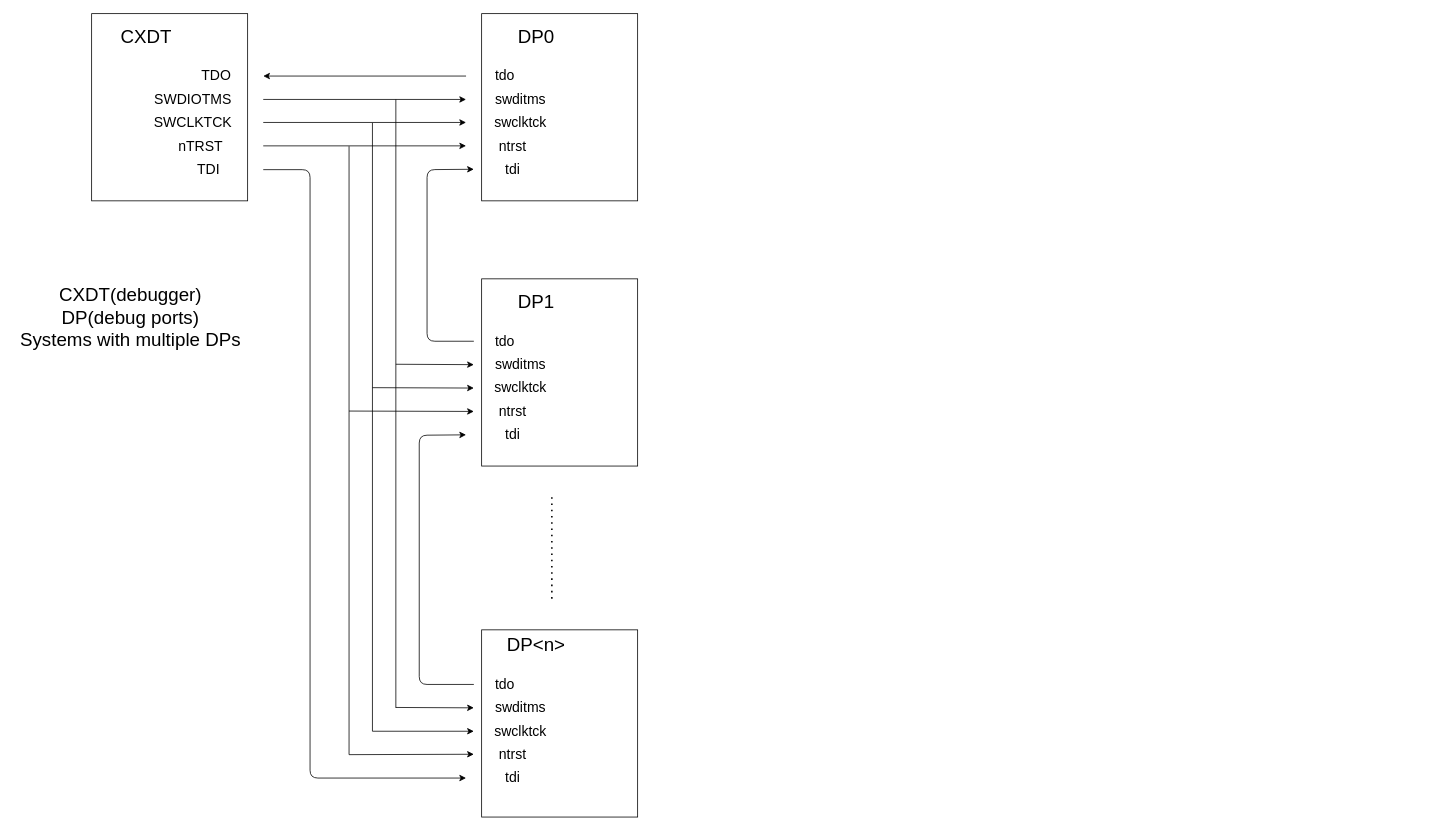
This is page "Debug port(JTAG)" (3 of 5) of Untitled Diagram.drawio from ASIC-Design/test, a draw.io file, before an edit. Source tidied: cells renumbered, new cells numbered last; positions are measured from the earlier drawing's top-left corner, leaving out a move shared by most shapes. Both pictures are drawn from the tidied source at 78%, with x=0, y=0 at pixel (13, 13).
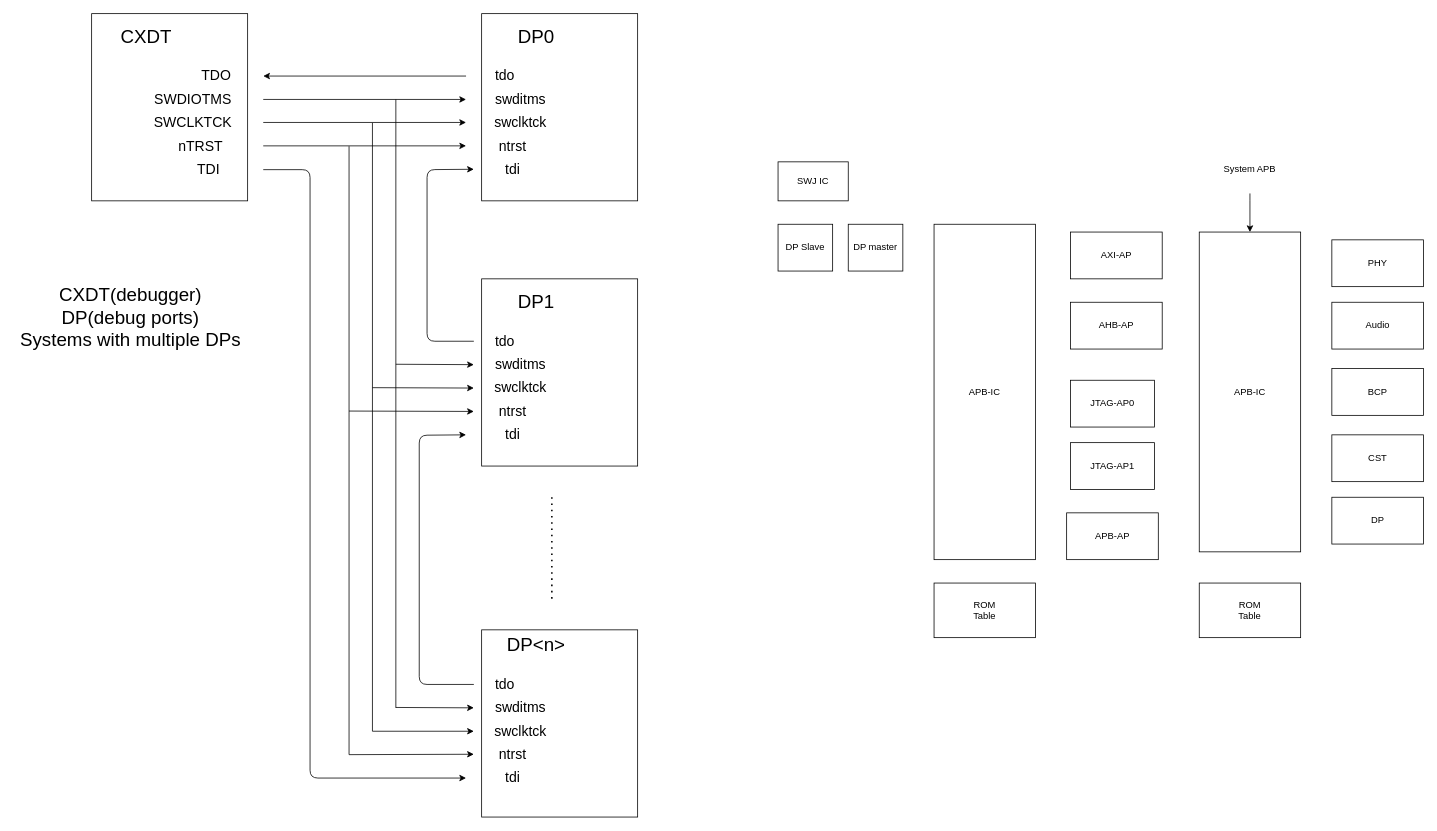
After the change.

The edit, as a diff of the source:
```diff
@@
+    <mxCell id="48" value="DP Slave" style="rounded=0;whiteSpace=wrap;html=1;" parent="1" vertex="1">
+      <mxGeometry x="980" y="270" width="70" height="60" as="geometry" />
+    </mxCell>
+    <mxCell id="49" value="JTAG-AP0" style="rounded=0;whiteSpace=wrap;html=1;" parent="1" vertex="1">
+      <mxGeometry x="1355" y="470" width="107.5" height="60" as="geometry" />
+    </mxCell>
+    <mxCell id="50" value="AHB-AP" style="rounded=0;whiteSpace=wrap;html=1;" parent="1" vertex="1">
+      <mxGeometry x="1355" y="370" width="117.5" height="60" as="geometry" />
+    </mxCell>
+    <mxCell id="51" value="DP master" style="rounded=0;whiteSpace=wrap;html=1;" parent="1" vertex="1">
+      <mxGeometry x="1070" y="270" width="70" height="60" as="geometry" />
+    </mxCell>
+    <mxCell id="52" value="APB-IC" style="rounded=0;whiteSpace=wrap;html=1;" parent="1" vertex="1">
+      <mxGeometry x="1180" y="270" width="130" height="430" as="geometry" />
+    </mxCell>
+    <mxCell id="53" value="JTAG-AP1" style="rounded=0;whiteSpace=wrap;html=1;" parent="1" vertex="1">
+      <mxGeometry x="1355" y="550" width="107.5" height="60" as="geometry" />
+    </mxCell>
+    <mxCell id="54" value="CST" style="rounded=0;whiteSpace=wrap;html=1;" parent="1" vertex="1">
+      <mxGeometry x="1690" y="540" width="117.5" height="60" as="geometry" />
+    </mxCell>
+    <mxCell id="55" value="BCP" style="rounded=0;whiteSpace=wrap;html=1;" parent="1" vertex="1">
+      <mxGeometry x="1690" y="455" width="117.5" height="60" as="geometry" />
+    </mxCell>
+    <mxCell id="56" value="DP" style="rounded=0;whiteSpace=wrap;html=1;" parent="1" vertex="1">
+      <mxGeometry x="1690" y="620" width="117.5" height="60" as="geometry" />
+    </mxCell>
+    <mxCell id="57" value="Audio" style="rounded=0;whiteSpace=wrap;html=1;" parent="1" vertex="1">
+      <mxGeometry x="1690" y="370" width="117.5" height="60" as="geometry" />
+    </mxCell>
+    <mxCell id="58" value="PHY" style="rounded=0;whiteSpace=wrap;html=1;" parent="1" vertex="1">
+      <mxGeometry x="1690" y="290" width="117.5" height="60" as="geometry" />
+    </mxCell>
+    <mxCell id="59" style="edgeStyle=orthogonalEdgeStyle;rounded=0;jettySize=auto;html=1;" parent="1" edge="1" source="60" target="61">
+      <mxGeometry relative="1" as="geometry">
+        <Array as="points">
+          <mxPoint x="1585" y="240" />
+          <mxPoint x="1585" y="240" />
+        </Array>
+      </mxGeometry>
+    </mxCell>
+    <mxCell id="60" value="System APB" style="text;html=1;strokeColor=none;fillColor=none;align=center;verticalAlign=middle;whiteSpace=wrap;rounded=0;" parent="1" vertex="1">
+      <mxGeometry x="1540" y="169.5" width="90" height="61" as="geometry" />
+    </mxCell>
+    <mxCell id="61" value="APB-IC" style="rounded=0;whiteSpace=wrap;html=1;" parent="1" vertex="1">
+      <mxGeometry x="1520" y="280" width="130" height="410" as="geometry" />
+    </mxCell>
+    <mxCell id="62" value="APB-AP" style="rounded=0;whiteSpace=wrap;html=1;" parent="1" vertex="1">
+      <mxGeometry x="1350" y="640" width="117.5" height="60" as="geometry" />
+    </mxCell>
+    <mxCell id="63" value="ROM&lt;br&gt;Table" style="rounded=0;whiteSpace=wrap;html=1;" parent="1" vertex="1">
+      <mxGeometry x="1180" y="730" width="130" height="70" as="geometry" />
+    </mxCell>
+    <mxCell id="64" value="AXI-AP" style="rounded=0;whiteSpace=wrap;html=1;" parent="1" vertex="1">
+      <mxGeometry x="1355" y="280" width="117.5" height="60" as="geometry" />
+    </mxCell>
+    <mxCell id="65" value="ROM&lt;br&gt;Table" style="rounded=0;whiteSpace=wrap;html=1;" parent="1" vertex="1">
+      <mxGeometry x="1520" y="730" width="130" height="70" as="geometry" />
+    </mxCell>
+    <mxCell id="66" value="SWJ IC" style="rounded=0;whiteSpace=wrap;html=1;" parent="1" vertex="1">
+      <mxGeometry x="980" y="190" width="90" height="50" as="geometry" />
+    </mxCell>
```
